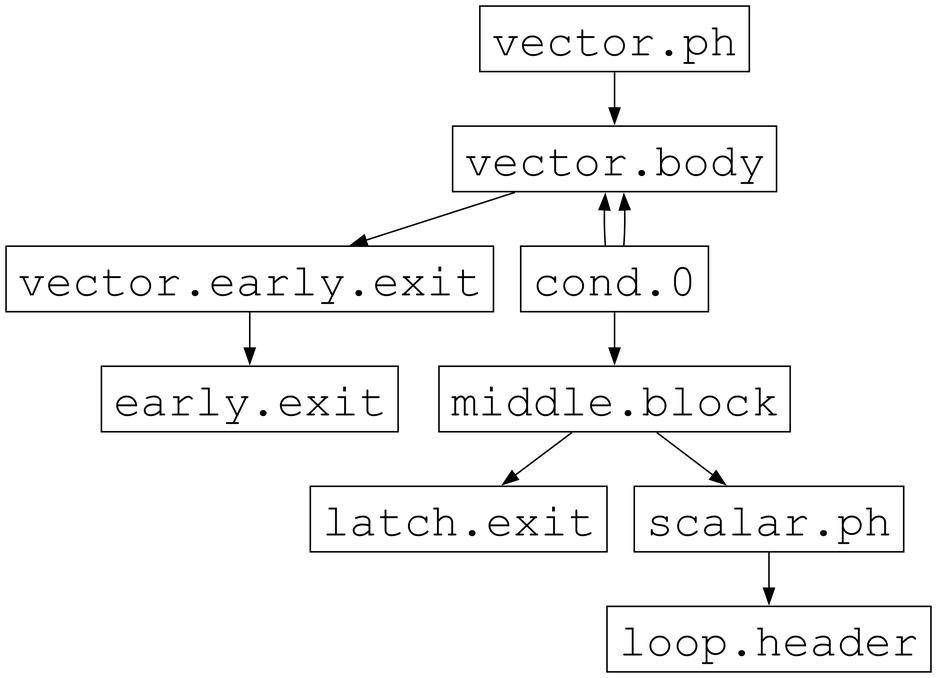
Before: llvm/docs/vplan-early-exit-lowered.png, a diagram exported from Graphviz (llvm/llvm-project). Its source is kept beside it as llvm/docs/vplan-early-exit-lowered.dot.
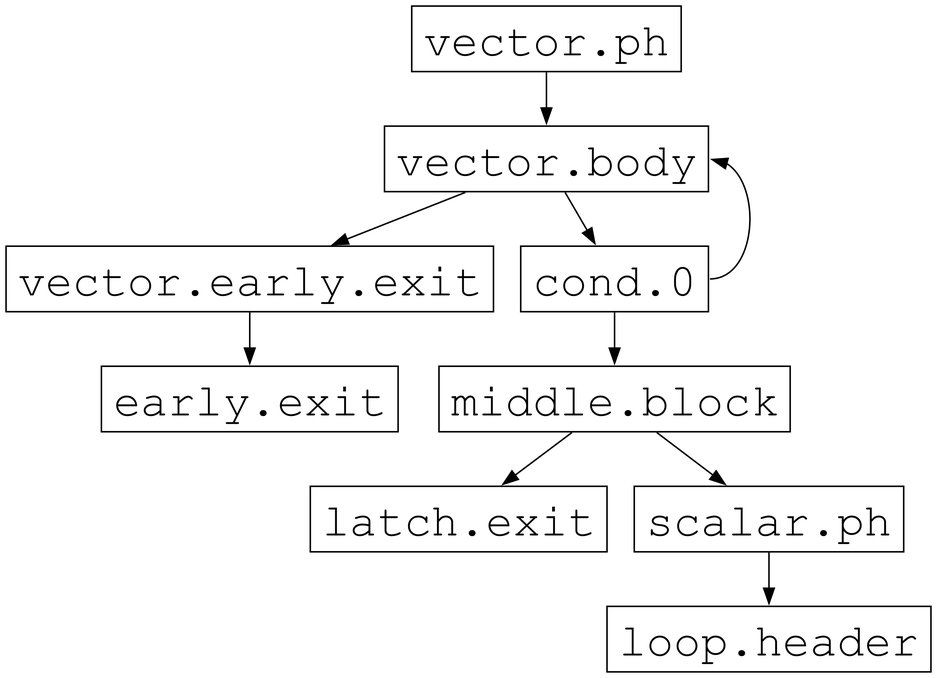
After the change.

What changed in the source:
```diff
@@ -9,12 +9,12 @@
   N1 -> N2 [ label=""]
   N2 [label ="vector.body"]
   N2 -> N5 [ label=""]
-  N2 -> N4 [ label="" dir=back]
+  N2 -> N4 [ label=""]
   N4 [label =
     "cond.0"
   ]
   N4 -> N7 [ label=""]
-  N4 -> N2 [ label=""]
+  N4:e -> N2:e [ label=""]
   N5 [label =
     "vector.early.exit"
   ]
```
